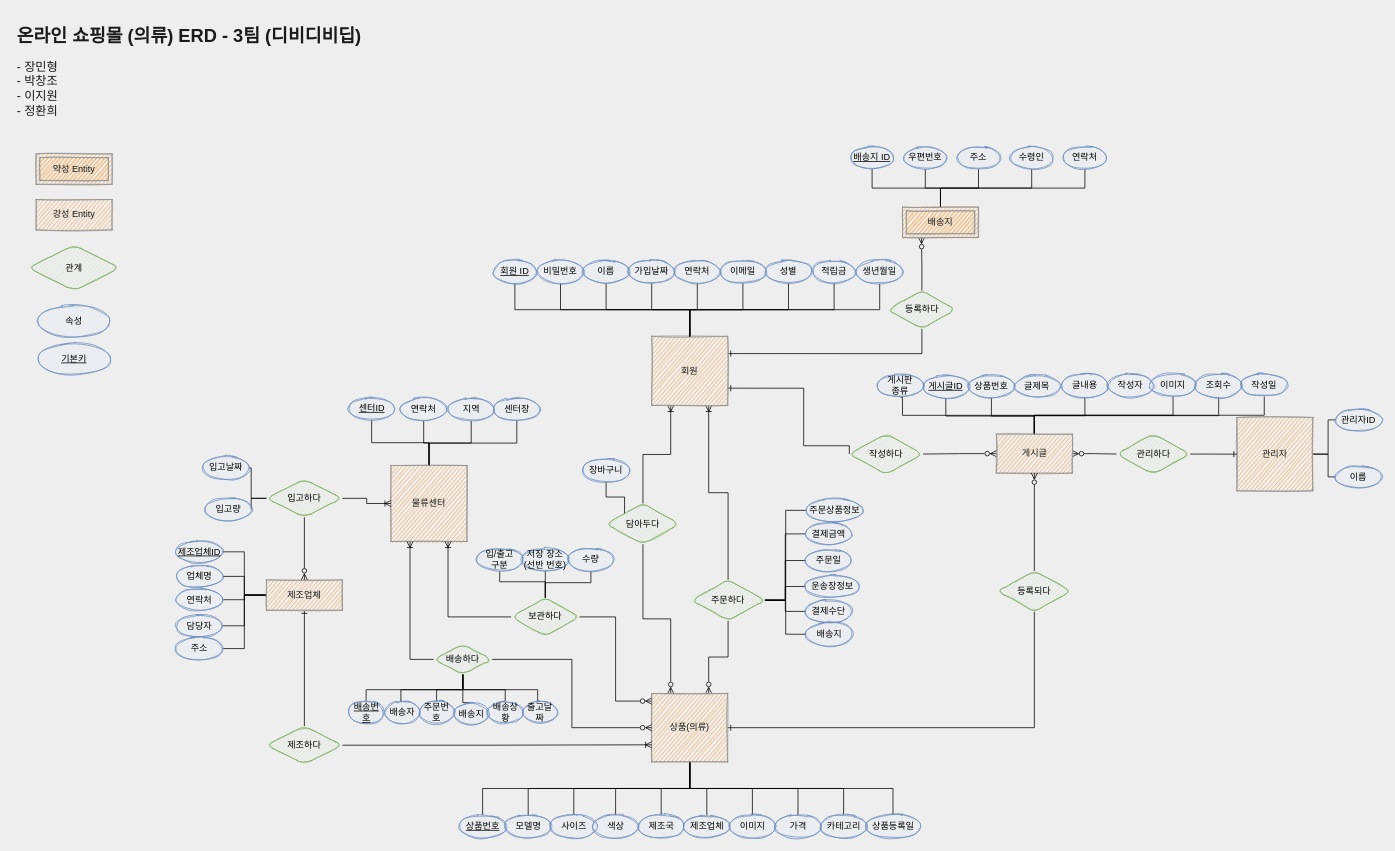
Earlier version of the draw.io diagram page "새로만든ER" (3 of 3) of Untitled Diagram.drawio (pcjo1202/DataBase-design). Source tidied: cells renumbered, new cells numbered last; positions are measured from the earlier drawing's top-left corner, leaving out a move shared by most shapes. Both pictures are drawn from the tidied source at 76%, with x=0, y=0 at pixel (13, 21).
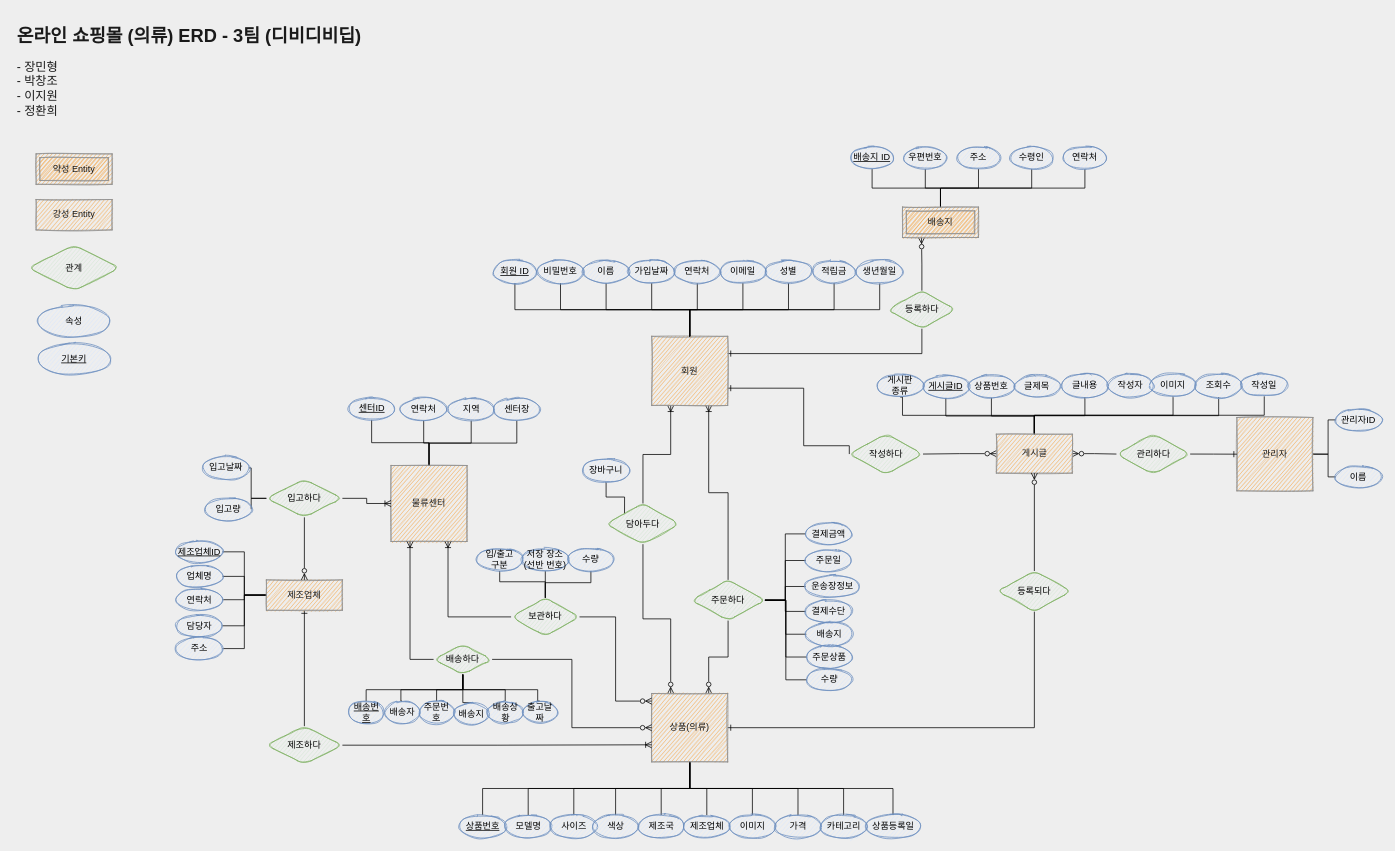
The same diagram, later.

Commit message:
주문하다의 주문상품정보 세분화

The change refers to these unchanged cells:
```xml
<mxCell id="11" value="주문하다" style="shape=rhombus;perimeter=rhombusPerimeter;whiteSpace=wrap;html=1;align=center;fillColor=#d5e8d4;strokeColor=#82b366;sketch=1;rounded=1;" parent="1" vertex="1">
  <mxGeometry x="892" y="735.5" width="97" height="53.5" as="geometry" />
</mxCell>
```

What changed in the source:
```diff
@@
+    <mxCell id="169" style="edgeStyle=orthogonalEdgeStyle;rounded=0;jettySize=auto;html=1;exitX=1;exitY=0.5;exitDx=0;exitDy=0;entryX=0;entryY=0.5;entryDx=0;entryDy=0;endArrow=none;endFill=0;" parent="1" edge="1" source="11" target="170">
+      <mxGeometry relative="1" as="geometry" />
+    </mxCell>
@@
-    <mxCell id="154" value="주문상품정보" style="ellipse;whiteSpace=wrap;html=1;align=center;rounded=0;sketch=1;strokeColor=#6c8ebf;fillColor=#dae8fc;" parent="1" vertex="1">
-      <mxGeometry x="1043.5" y="629" width="74" height="30" as="geometry" />
+    <mxCell id="154" value="주문상품" style="ellipse;whiteSpace=wrap;html=1;align=center;rounded=0;sketch=1;strokeColor=#6c8ebf;fillColor=#dae8fc;" parent="1" vertex="1">
+      <mxGeometry x="1044" y="822" width="59.5" height="30" as="geometry" />
     </mxCell>
@@
+    <mxCell id="170" value="수량" style="ellipse;whiteSpace=wrap;html=1;align=center;rounded=0;sketch=1;strokeColor=#6c8ebf;fillColor=#dae8fc;" parent="1" vertex="1">
+      <mxGeometry x="1044" y="852" width="59.5" height="30" as="geometry" />
+    </mxCell>
```
